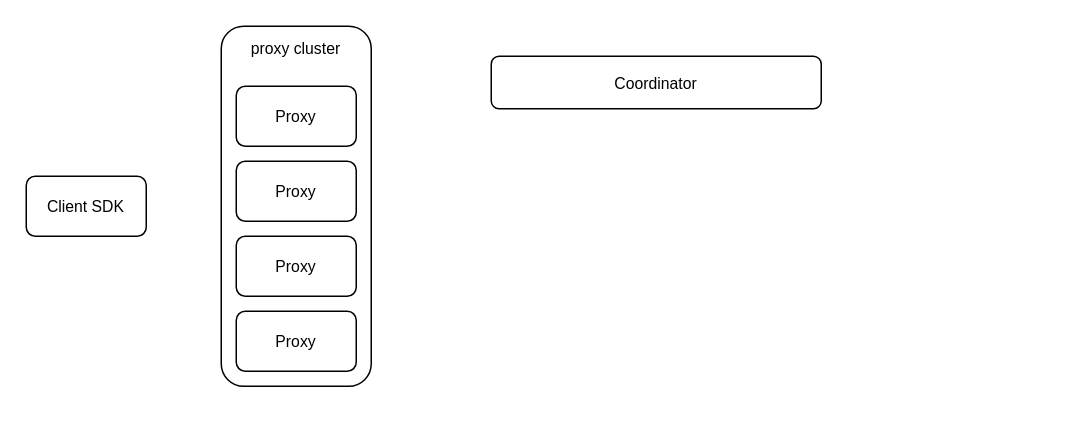
Earlier version of the draw.io diagram page "第 1 页" (1 of 3) of Milvus架构图.drawio (Chentx1243/draw.io). Source tidied: cells renumbered, new cells numbered last; positions are measured from the earlier drawing's top-left corner, leaving out a move shared by most shapes. Both pictures are drawn from the tidied source at 150%, with x=0, y=0 at pixel (26, 26).
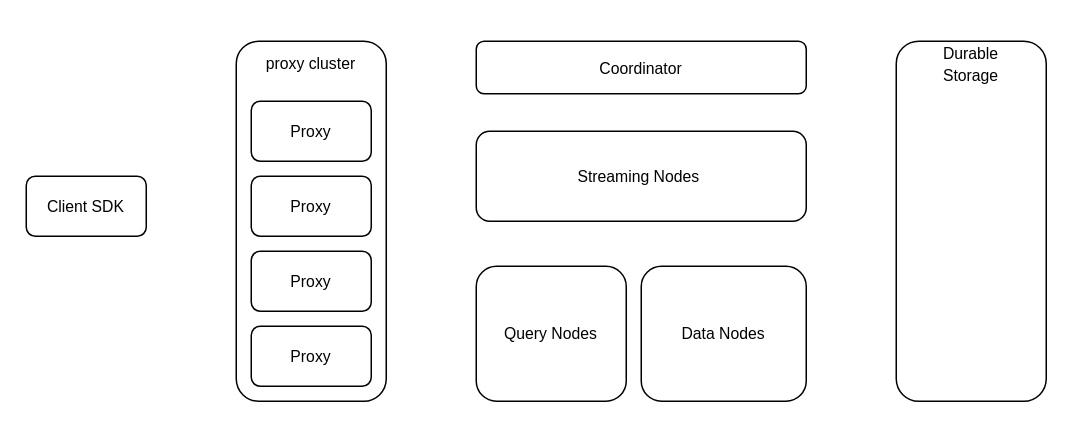
Above is the later version.

Commit message (it also covers changes not shown here):
更新Milvus架构图.drawio

The edit, as a diff of the source:
```diff
@@
 <mxGraphModel>
   <root>
     <mxCell id="0" />
     <mxCell id="1" parent="0" />
     <mxCell id="2" value="&lt;font face=&quot;宋体&quot; style=&quot;font-size: 10.5px;&quot;&gt;Client SDK&lt;/font&gt;" style="rounded=1;whiteSpace=wrap;html=1;" parent="1" vertex="1">
       <mxGeometry y="100" width="80" height="40" as="geometry" />
     </mxCell>
+    <mxCell id="9" value="&lt;font face=&quot;宋体&quot; style=&quot;font-size: 10.5px;&quot;&gt;Coordinator&lt;/font&gt;" style="rounded=1;whiteSpace=wrap;html=1;" parent="1" vertex="1">
+      <mxGeometry x="300" y="10" width="220" height="35" as="geometry" />
+    </mxCell>
+    <mxCell id="10" value="&lt;font face=&quot;宋体&quot; style=&quot;font-size: 10.5px;&quot;&gt;Streaming Nodes&amp;nbsp;&lt;/font&gt;" style="rounded=1;whiteSpace=wrap;html=1;" parent="1" vertex="1">
+      <mxGeometry x="300" y="70" width="220" height="60" as="geometry" />
+    </mxCell>
+    <mxCell id="11" style="group;" parent="1" vertex="1">
+      <mxGeometry x="140" y="10" width="100" height="240" as="geometry" />
+    </mxCell>
-    <mxCell id="3" style="rounded=1;whiteSpace=wrap;html=1;" parent="1" vertex="1">
-      <mxGeometry x="130" width="100" height="240" as="geometry" />
+    <mxCell id="3" style="rounded=1;whiteSpace=wrap;html=1;" parent="11" vertex="1">
+      <mxGeometry width="100" height="240" as="geometry" />
     </mxCell>
-    <mxCell id="4" value="&lt;font face=&quot;宋体&quot; style=&quot;font-size: 10.5px;&quot;&gt;proxy cluster&lt;/font&gt;" style="text;html=1;whiteSpace=wrap;strokeColor=none;fillColor=none;align=center;verticalAlign=middle;rounded=0;" parent="1" vertex="1">
-      <mxGeometry x="130" width="100" height="30" as="geometry" />
+    <mxCell id="4" value="&lt;font face=&quot;宋体&quot; style=&quot;font-size: 10.5px;&quot;&gt;proxy cluster&lt;/font&gt;" style="text;html=1;whiteSpace=wrap;strokeColor=none;fillColor=none;align=center;verticalAlign=middle;rounded=0;" parent="11" vertex="1">
+      <mxGeometry width="100" height="30" as="geometry" />
     </mxCell>
-    <mxCell id="5" value="&lt;font face=&quot;宋体&quot; style=&quot;font-size: 10.5px;&quot;&gt;Proxy&lt;/font&gt;" style="rounded=1;whiteSpace=wrap;html=1;" parent="1" vertex="1">
-      <mxGeometry x="140" y="40" width="80" height="40" as="geometry" />
+    <mxCell id="5" value="&lt;font face=&quot;宋体&quot; style=&quot;font-size: 10.5px;&quot;&gt;Proxy&lt;/font&gt;" style="rounded=1;whiteSpace=wrap;html=1;" parent="11" vertex="1">
+      <mxGeometry x="10" y="40" width="80" height="40" as="geometry" />
     </mxCell>
-    <mxCell id="6" value="&lt;font face=&quot;宋体&quot; style=&quot;font-size: 10.5px;&quot;&gt;Proxy&lt;/font&gt;" style="rounded=1;whiteSpace=wrap;html=1;" parent="1" vertex="1">
-      <mxGeometry x="140" y="90" width="80" height="40" as="geometry" />
+    <mxCell id="6" value="&lt;font face=&quot;宋体&quot; style=&quot;font-size: 10.5px;&quot;&gt;Proxy&lt;/font&gt;" style="rounded=1;whiteSpace=wrap;html=1;" parent="11" vertex="1">
+      <mxGeometry x="10" y="90" width="80" height="40" as="geometry" />
     </mxCell>
-    <mxCell id="7" value="&lt;font face=&quot;宋体&quot; style=&quot;font-size: 10.5px;&quot;&gt;Proxy&lt;/font&gt;" style="rounded=1;whiteSpace=wrap;html=1;" parent="1" vertex="1">
-      <mxGeometry x="140" y="140" width="80" height="40" as="geometry" />
+    <mxCell id="7" value="&lt;font face=&quot;宋体&quot; style=&quot;font-size: 10.5px;&quot;&gt;Proxy&lt;/font&gt;" style="rounded=1;whiteSpace=wrap;html=1;" parent="11" vertex="1">
+      <mxGeometry x="10" y="140" width="80" height="40" as="geometry" />
     </mxCell>
-    <mxCell id="8" value="&lt;font face=&quot;宋体&quot; style=&quot;font-size: 10.5px;&quot;&gt;Proxy&lt;/font&gt;" style="rounded=1;whiteSpace=wrap;html=1;" parent="1" vertex="1">
-      <mxGeometry x="140" y="190" width="80" height="40" as="geometry" />
+    <mxCell id="8" value="&lt;font face=&quot;宋体&quot; style=&quot;font-size: 10.5px;&quot;&gt;Proxy&lt;/font&gt;" style="rounded=1;whiteSpace=wrap;html=1;" parent="11" vertex="1">
+      <mxGeometry x="10" y="190" width="80" height="40" as="geometry" />
     </mxCell>
-    <mxCell id="9" value="&lt;font face=&quot;宋体&quot; style=&quot;font-size: 10.5px;&quot;&gt;Coordinator&lt;/font&gt;" style="rounded=1;whiteSpace=wrap;html=1;" parent="1" vertex="1">
-      <mxGeometry x="310" y="20" width="220" height="35" as="geometry" />
-    </mxCell>
+    <mxCell id="12" value="&lt;font face=&quot;宋体&quot; style=&quot;font-size: 10.5px;&quot;&gt;Query Nodes&lt;/font&gt;" style="rounded=1;whiteSpace=wrap;html=1;" parent="1" vertex="1">
+      <mxGeometry x="300" y="160" width="100" height="90" as="geometry" />
+    </mxCell>
+    <mxCell id="13" value="&lt;font face=&quot;宋体&quot; style=&quot;font-size: 10.5px;&quot;&gt;Data Nodes&lt;/font&gt;" style="rounded=1;whiteSpace=wrap;html=1;" parent="1" vertex="1">
+      <mxGeometry x="410" y="160" width="110" height="90" as="geometry" />
+    </mxCell>
+    <mxCell id="14" style="rounded=1;whiteSpace=wrap;html=1;" parent="1" vertex="1">
+      <mxGeometry x="580" y="10" width="100" height="240" as="geometry" />
+    </mxCell>
+    <mxCell id="15" value="&lt;font face=&quot;宋体&quot; style=&quot;font-size: 10.5px;&quot;&gt;Durable&lt;/font&gt;&lt;div&gt;&lt;font face=&quot;宋体&quot; style=&quot;font-size: 10.5px;&quot;&gt;Storage&lt;/font&gt;&lt;/div&gt;" style="text;html=1;whiteSpace=wrap;strokeColor=none;fillColor=none;align=center;verticalAlign=middle;rounded=0;" parent="1" vertex="1">
+      <mxGeometry x="580" y="10" width="100" height="30" as="geometry" />
+    </mxCell>
   </root>
 </mxGraphModel>
```
